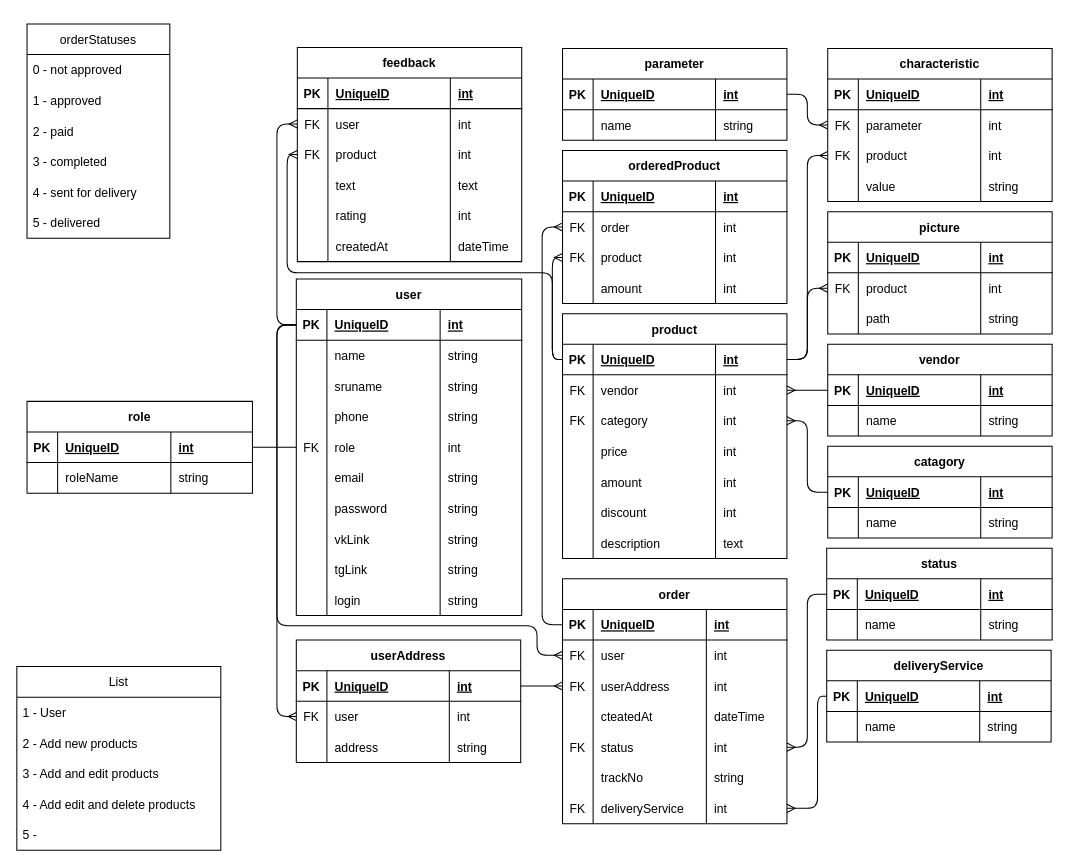
This is VoiakaGM.drawio from TMWAG/voiakaGM-shop, a draw.io file, before an edit. Source tidied: cells renumbered, new cells numbered last; positions are measured from the earlier drawing's top-left corner, leaving out a move shared by most shapes. Both pictures are drawn from the tidied source at 102%, with x=0, y=0 at pixel (16, 23).
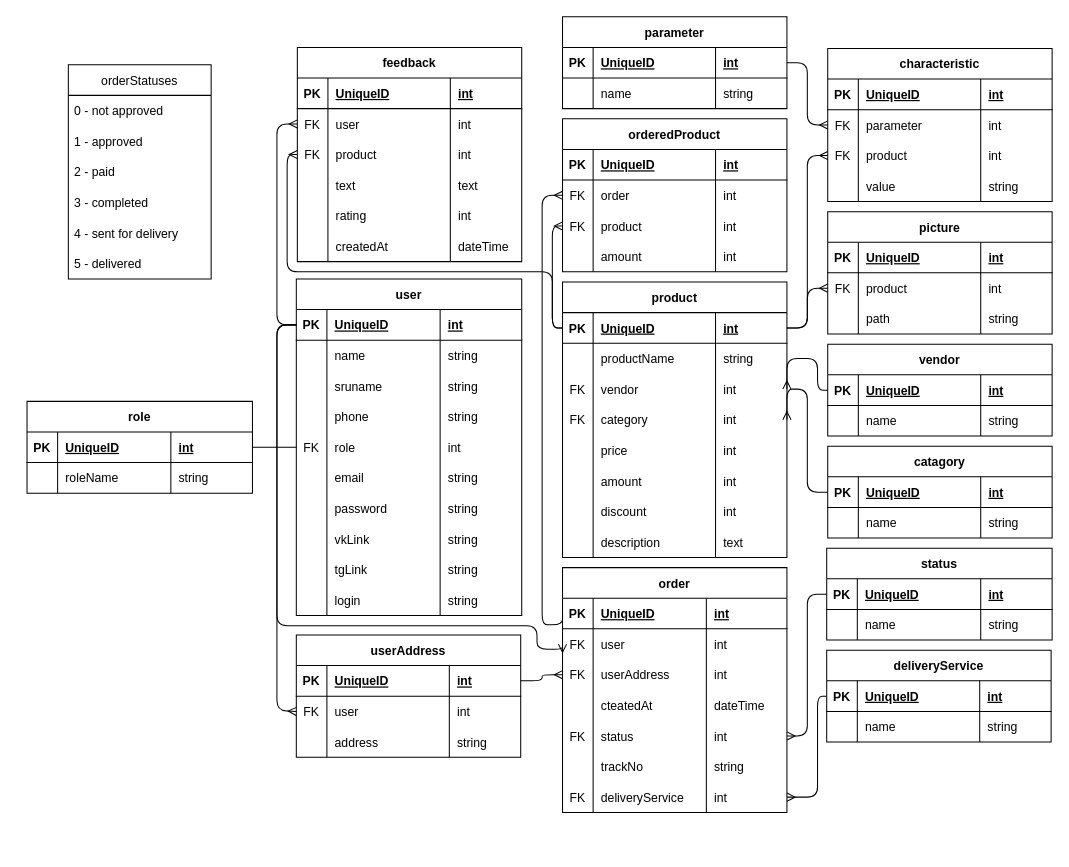
The same page after the edit.

Commit message (it also covers changes not shown here):
new field for product model

Unchanged cells that the change refers to:
```xml
<mxCell id="3" style="shape=tableRow;horizontal=0;startSize=0;swimlaneHead=0;swimlaneBody=0;fillColor=none;points=[[0,0.5],[1,0.5]];portConstraint=eastwest;top=0;left=0;right=0;bottom=1;" parent="2" vertex="1">
  <mxGeometry y="30" width="221" height="30" as="geometry" />
</mxCell>
<mxCell id="53" style="shape=tableRow;horizontal=0;startSize=0;swimlaneHead=0;swimlaneBody=0;fillColor=none;points=[[0,0.5],[1,0.5]];portConstraint=eastwest;top=0;left=0;right=0;bottom=1;" parent="52" vertex="1">
  <mxGeometry y="30" width="220" height="30" as="geometry" />
</mxCell>
<mxCell id="82" style="shape=tableRow;horizontal=0;startSize=0;swimlaneHead=0;swimlaneBody=0;fillColor=none;points=[[0,0.5],[1,0.5]];portConstraint=eastwest;top=0;left=0;right=0;bottom=1;" parent="81" vertex="1">
  <mxGeometry y="30" width="220" height="30" as="geometry" />
</mxCell>
<mxCell id="91" style="shape=tableRow;horizontal=0;startSize=0;swimlaneHead=0;swimlaneBody=0;fillColor=none;points=[[0,0.5],[1,0.5]];portConstraint=eastwest;top=0;left=0;right=0;bottom=1;" parent="90" vertex="1">
  <mxGeometry y="30" width="220" height="30" as="geometry" />
</mxCell>
<mxCell id="107" style="shape=tableRow;horizontal=0;startSize=0;swimlaneHead=0;swimlaneBody=0;fillColor=none;points=[[0,0.5],[1,0.5]];portConstraint=eastwest;top=0;left=0;right=0;bottom=0;" parent="102" vertex="1">
  <mxGeometry y="60" width="220" height="30" as="geometry" />
</mxCell>
<mxCell id="116" style="shape=tableRow;horizontal=0;startSize=0;swimlaneHead=0;swimlaneBody=0;fillColor=none;points=[[0,0.5],[1,0.5]];portConstraint=eastwest;top=0;left=0;right=0;bottom=1;" parent="115" vertex="1">
  <mxGeometry y="30" width="220" height="30" as="geometry" />
</mxCell>
<mxCell id="120" style="shape=tableRow;horizontal=0;startSize=0;swimlaneHead=0;swimlaneBody=0;fillColor=none;points=[[0,0.5],[1,0.5]];portConstraint=eastwest;top=0;left=0;right=0;bottom=0;" parent="115" vertex="1">
  <mxGeometry y="60" width="220" height="30" as="geometry" />
</mxCell>
<mxCell id="124" style="shape=tableRow;horizontal=0;startSize=0;swimlaneHead=0;swimlaneBody=0;fillColor=none;points=[[0,0.5],[1,0.5]];portConstraint=eastwest;top=0;left=0;right=0;bottom=0;" parent="115" vertex="1">
  <mxGeometry y="90" width="220" height="30" as="geometry" />
</mxCell>
<mxCell id="132" style="shape=tableRow;horizontal=0;startSize=0;swimlaneHead=0;swimlaneBody=0;fillColor=none;points=[[0,0.5],[1,0.5]];portConstraint=eastwest;top=0;left=0;right=0;bottom=0;" parent="115" vertex="1">
  <mxGeometry y="150" width="220" height="30" as="geometry" />
</mxCell>
<mxCell id="140" style="shape=tableRow;horizontal=0;startSize=0;swimlaneHead=0;swimlaneBody=0;fillColor=none;points=[[0,0.5],[1,0.5]];portConstraint=eastwest;top=0;left=0;right=0;bottom=0;" parent="115" vertex="1">
  <mxGeometry y="210" width="220" height="30" as="geometry" />
</mxCell>
<mxCell id="146" style="shape=tableRow;horizontal=0;startSize=0;swimlaneHead=0;swimlaneBody=0;fillColor=none;points=[[0,0.5],[1,0.5]];portConstraint=eastwest;top=0;left=0;right=0;bottom=1;" parent="145" vertex="1">
  <mxGeometry y="30" width="221" height="30" as="geometry" />
</mxCell>
<mxCell id="155" style="shape=tableRow;horizontal=0;startSize=0;swimlaneHead=0;swimlaneBody=0;fillColor=none;points=[[0,0.5],[1,0.5]];portConstraint=eastwest;top=0;left=0;right=0;bottom=1;" parent="154" vertex="1">
  <mxGeometry y="30" width="220" height="30" as="geometry" />
</mxCell>
<mxCell id="168" style="shape=tableRow;horizontal=0;startSize=0;swimlaneHead=0;swimlaneBody=0;fillColor=none;points=[[0,0.5],[1,0.5]];portConstraint=eastwest;top=0;left=0;right=0;bottom=0;" parent="163" vertex="1">
  <mxGeometry y="60" width="220" height="30" as="geometry" />
</mxCell>
<mxCell id="172" style="shape=tableRow;horizontal=0;startSize=0;swimlaneHead=0;swimlaneBody=0;fillColor=none;points=[[0,0.5],[1,0.5]];portConstraint=eastwest;top=0;left=0;right=0;bottom=0;" parent="163" vertex="1">
  <mxGeometry y="90" width="220" height="30" as="geometry" />
</mxCell>
<mxCell id="181" style="shape=tableRow;horizontal=0;startSize=0;swimlaneHead=0;swimlaneBody=0;fillColor=none;points=[[0,0.5],[1,0.5]];portConstraint=eastwest;top=0;left=0;right=0;bottom=1;" parent="180" vertex="1">
  <mxGeometry y="30" width="220" height="30" as="geometry" />
</mxCell>
<mxCell id="201" style="shape=tableRow;horizontal=0;startSize=0;swimlaneHead=0;swimlaneBody=0;fillColor=none;points=[[0,0.5],[1,0.5]];portConstraint=eastwest;top=0;left=0;right=0;bottom=0;" parent="192" vertex="1">
  <mxGeometry y="90" width="220" height="30" as="geometry" />
</mxCell>
<mxCell id="221" style="shape=tableRow;horizontal=0;startSize=0;swimlaneHead=0;swimlaneBody=0;fillColor=none;points=[[0,0.5],[1,0.5]];portConstraint=eastwest;top=0;left=0;right=0;bottom=1;" parent="220" vertex="1">
  <mxGeometry y="30" width="220" height="30" as="geometry" />
</mxCell>
<mxCell id="225" style="shape=tableRow;horizontal=0;startSize=0;swimlaneHead=0;swimlaneBody=0;fillColor=none;points=[[0,0.5],[1,0.5]];portConstraint=eastwest;top=0;left=0;right=0;bottom=0;" parent="220" vertex="1">
  <mxGeometry y="60" width="220" height="30" as="geometry" />
</mxCell>
<mxCell id="241" style="shape=tableRow;horizontal=0;startSize=0;swimlaneHead=0;swimlaneBody=0;fillColor=none;points=[[0,0.5],[1,0.5]];portConstraint=eastwest;top=0;left=0;right=0;bottom=0;" parent="236" vertex="1">
  <mxGeometry y="60" width="220" height="30" as="geometry" />
</mxCell>
<mxCell id="245" style="shape=tableRow;horizontal=0;startSize=0;swimlaneHead=0;swimlaneBody=0;fillColor=none;points=[[0,0.5],[1,0.5]];portConstraint=eastwest;top=0;left=0;right=0;bottom=0;" parent="236" vertex="1">
  <mxGeometry y="90" width="220" height="30" as="geometry" />
</mxCell>
```

Diff of the diagram source:
```diff
@@
     <mxCell id="52" value="product" style="shape=table;startSize=30;childLayout=tableLayout;rowLines=0;fontStyle=1;align=center;" parent="1" vertex="1">
-      <mxGeometry x="535" y="284" width="220" height="240" as="geometry" />
+      <mxGeometry x="535" y="253" width="220" height="270" as="geometry" />
     </mxCell>
@@
+    <mxCell id="268" style="shape=tableRow;horizontal=0;startSize=0;swimlaneHead=0;swimlaneBody=0;fillColor=none;top=0;left=0;right=0;bottom=0;" parent="52" vertex="1">
+      <mxGeometry y="60" width="220" height="30" as="geometry" />
+    </mxCell>
+    <mxCell id="269" style="shape=partialRectangle;fillColor=none;top=0;left=0;bottom=0;right=0;overflow=hidden;" parent="268" vertex="1">
+      <mxGeometry width="30" height="30" as="geometry" />
+    </mxCell>
+    <mxCell id="270" value="productName" style="shape=partialRectangle;fillColor=none;top=0;left=0;bottom=0;right=0;align=left;spacingLeft=6;overflow=hidden;" parent="268" vertex="1">
+      <mxGeometry x="30" width="120" height="30" as="geometry" />
+    </mxCell>
+    <mxCell id="271" value="string" style="shape=partialRectangle;fillColor=none;top=0;left=0;bottom=0;right=0;align=left;spacingLeft=6;overflow=hidden;" parent="268" vertex="1">
+      <mxGeometry x="150" width="70" height="30" as="geometry" />
+    </mxCell>
     <mxCell id="57" style="shape=tableRow;horizontal=0;startSize=0;swimlaneHead=0;swimlaneBody=0;fillColor=none;points=[[0,0.5],[1,0.5]];portConstraint=eastwest;top=0;left=0;right=0;bottom=0;" parent="52" vertex="1">
-      <mxGeometry y="60" width="220" height="30" as="geometry" />
+      <mxGeometry y="90" width="220" height="30" as="geometry" />
     </mxCell>
@@
     <mxCell id="61" style="shape=tableRow;horizontal=0;startSize=0;swimlaneHead=0;swimlaneBody=0;fillColor=none;points=[[0,0.5],[1,0.5]];portConstraint=eastwest;top=0;left=0;right=0;bottom=0;" parent="52" vertex="1">
-      <mxGeometry y="90" width="220" height="30" as="geometry" />
+      <mxGeometry y="120" width="220" height="30" as="geometry" />
     </mxCell>
@@
     <mxCell id="65" style="shape=tableRow;horizontal=0;startSize=0;swimlaneHead=0;swimlaneBody=0;fillColor=none;top=0;left=0;right=0;bottom=0;" parent="52" vertex="1">
-      <mxGeometry y="120" width="220" height="30" as="geometry" />
+      <mxGeometry y="150" width="220" height="30" as="geometry" />
     </mxCell>
@@
     <mxCell id="69" style="shape=tableRow;horizontal=0;startSize=0;swimlaneHead=0;swimlaneBody=0;fillColor=none;top=0;left=0;right=0;bottom=0;" parent="52" vertex="1">
-      <mxGeometry y="150" width="220" height="30" as="geometry" />
+      <mxGeometry y="180" width="220" height="30" as="geometry" />
     </mxCell>
@@
     <mxCell id="73" style="shape=tableRow;horizontal=0;startSize=0;swimlaneHead=0;swimlaneBody=0;fillColor=none;top=0;left=0;right=0;bottom=0;" parent="52" vertex="1">
-      <mxGeometry y="180" width="220" height="30" as="geometry" />
+      <mxGeometry y="210" width="220" height="30" as="geometry" />
     </mxCell>
@@
     <mxCell id="77" style="shape=tableRow;horizontal=0;startSize=0;swimlaneHead=0;swimlaneBody=0;fillColor=none;top=0;left=0;right=0;bottom=0;" parent="52" vertex="1">
-      <mxGeometry y="210" width="220" height="30" as="geometry" />
+      <mxGeometry y="240" width="220" height="30" as="geometry" />
     </mxCell>
@@
     <mxCell id="99" style="edgeStyle=orthogonalEdgeStyle;rounded=1;jettySize=auto;html=1;exitX=0;exitY=0.5;exitDx=0;exitDy=0;entryX=1;entryY=0.5;entryDx=0;entryDy=0;strokeWidth=1;endArrow=ERmany;endFill=0;" parent="1" edge="1" source="82" target="57">
       <mxGeometry relative="1" as="geometry">
         <Array as="points">
-          <mxPoint x="765" y="359" />
-          <mxPoint x="765" y="359" />
+          <mxPoint x="785" y="359" />
+          <mxPoint x="785" y="328" />
         </Array>
       </mxGeometry>
     </mxCell>
     <mxCell id="100" style="edgeStyle=orthogonalEdgeStyle;rounded=1;jettySize=auto;html=1;exitX=0;exitY=0.5;exitDx=0;exitDy=0;entryX=1;entryY=0.5;entryDx=0;entryDy=0;endArrow=ERmany;endFill=0;" parent="1" edge="1" source="91" target="61">
       <mxGeometry relative="1" as="geometry">
         <Array as="points">
           <mxPoint x="775" y="459" />
-          <mxPoint x="775" y="389" />
+          <mxPoint x="775" y="358" />
         </Array>
       </mxGeometry>
     </mxCell>
@@
     <mxCell id="115" value="order" style="shape=table;startSize=30;childLayout=tableLayout;rowLines=0;fontStyle=1;align=center;" parent="1" vertex="1">
-      <mxGeometry x="535" y="544" width="220" height="240" as="geometry" />
+      <mxGeometry x="535" y="533" width="220" height="240" as="geometry" />
     </mxCell>
@@
     <mxCell id="144" style="edgeStyle=orthogonalEdgeStyle;rounded=1;jettySize=auto;html=1;exitX=0;exitY=0.5;exitDx=0;exitDy=0;strokeWidth=1;startArrow=none;startFill=0;endArrow=ERmany;endFill=0;entryX=0;entryY=0.5;entryDx=0;entryDy=0;" parent="1" edge="1" source="3" target="120">
       <mxGeometry relative="1" as="geometry">
         <Array as="points">
           <mxPoint x="255" y="295" />
           <mxPoint x="255" y="590" />
           <mxPoint x="510" y="590" />
-          <mxPoint x="510" y="619" />
+          <mxPoint x="510" y="613" />
+          <mxPoint x="535" y="613" />
         </Array>
       </mxGeometry>
     </mxCell>
@@
     <mxCell id="180" value="parameter" style="shape=table;startSize=30;childLayout=tableLayout;rowLines=0;fontStyle=1;align=center;" parent="1" vertex="1">
-      <mxGeometry x="535" y="24" width="220" height="90" as="geometry" />
+      <mxGeometry x="535" y="-7" width="220" height="90" as="geometry" />
     </mxCell>
@@
     <mxCell id="189" style="edgeStyle=orthogonalEdgeStyle;rounded=1;jettySize=auto;html=1;exitX=1;exitY=0.5;exitDx=0;exitDy=0;entryX=0;entryY=0.5;entryDx=0;entryDy=0;endArrow=ERmany;endFill=0;" parent="1" edge="1" source="53" target="107">
       <mxGeometry relative="1" as="geometry">
         <Array as="points">
-          <mxPoint x="775" y="329" />
+          <mxPoint x="775" y="298" />
           <mxPoint x="775" y="259" />
         </Array>
       </mxGeometry>
     </mxCell>
     <mxCell id="190" style="edgeStyle=orthogonalEdgeStyle;rounded=1;jettySize=auto;html=1;exitX=1;exitY=0.5;exitDx=0;exitDy=0;entryX=0;entryY=0.5;entryDx=0;entryDy=0;endArrow=ERmany;endFill=0;" parent="1" edge="1" source="53" target="172">
       <mxGeometry relative="1" as="geometry">
         <Array as="points">
-          <mxPoint x="775" y="329" />
+          <mxPoint x="775" y="298" />
           <mxPoint x="775" y="129" />
         </Array>
       </mxGeometry>
     </mxCell>
     <mxCell id="191" style="edgeStyle=orthogonalEdgeStyle;rounded=1;jettySize=auto;html=1;exitX=1;exitY=0.5;exitDx=0;exitDy=0;entryX=0;entryY=0.5;entryDx=0;entryDy=0;endArrow=ERmany;endFill=0;" parent="1" edge="1" source="181" target="168">
       <mxGeometry relative="1" as="geometry">
         <Array as="points">
-          <mxPoint x="775" y="69" />
+          <mxPoint x="775" y="38" />
           <mxPoint x="775" y="99" />
         </Array>
       </mxGeometry>
     </mxCell>
@@
     <mxCell id="218" style="edgeStyle=orthogonalEdgeStyle;rounded=1;jettySize=auto;html=1;exitX=0;exitY=0.5;exitDx=0;exitDy=0;endArrow=ERmany;endFill=0;entryX=0;entryY=0.5;entryDx=0;entryDy=0;" parent="1" edge="1" source="53" target="201">
       <mxGeometry relative="1" as="geometry">
         <Array as="points">
-          <mxPoint x="525" y="329" />
-          <mxPoint x="525" y="244" />
-          <mxPoint x="265" y="244" />
+          <mxPoint x="525" y="298" />
+          <mxPoint x="525" y="243" />
+          <mxPoint x="265" y="243" />
           <mxPoint x="265" y="128" />
         </Array>
       </mxGeometry>
     </mxCell>
     <mxCell id="219" style="edgeStyle=orthogonalEdgeStyle;rounded=1;jettySize=auto;html=1;exitX=0;exitY=0.5;exitDx=0;exitDy=0;entryX=1;entryY=0.5;entryDx=0;entryDy=0;endArrow=ERmany;endFill=0;" parent="1" edge="1" source="146" target="132">
       <mxGeometry relative="1" as="geometry">
         <Array as="points">
           <mxPoint x="775" y="559" />
-          <mxPoint x="775" y="709" />
+          <mxPoint x="775" y="698" />
         </Array>
       </mxGeometry>
     </mxCell>
     <mxCell id="220" value="userAddress" style="shape=table;startSize=30;childLayout=tableLayout;rowLines=0;fontStyle=1;align=center;" parent="1" vertex="1">
-      <mxGeometry x="274" y="604" width="220" height="120" as="geometry" />
+      <mxGeometry x="274" y="599" width="220" height="120" as="geometry" />
     </mxCell>
@@
     <mxCell id="233" style="edgeStyle=orthogonalEdgeStyle;rounded=1;jettySize=auto;html=1;exitX=1;exitY=0.5;exitDx=0;exitDy=0;endArrow=ERmany;endFill=0;entryX=0;entryY=0.5;entryDx=0;entryDy=0;" parent="1" edge="1" source="221" target="124">
       <mxGeometry relative="1" as="geometry">
         <Array as="points">
-          <mxPoint x="494" y="649" />
+          <mxPoint x="515" y="644" />
+          <mxPoint x="515" y="638" />
         </Array>
       </mxGeometry>
     </mxCell>
     <mxCell id="234" style="edgeStyle=orthogonalEdgeStyle;rounded=1;jettySize=auto;html=1;exitX=0;exitY=0.5;exitDx=0;exitDy=0;entryX=0;entryY=0.5;entryDx=0;entryDy=0;endArrow=ERmany;endFill=0;" parent="1" edge="1" source="3" target="225">
       <mxGeometry relative="1" as="geometry">
         <Array as="points">
           <mxPoint x="255" y="295" />
-          <mxPoint x="255" y="679" />
+          <mxPoint x="255" y="673" />
         </Array>
       </mxGeometry>
     </mxCell>
     <mxCell id="235" style="edgeStyle=orthogonalEdgeStyle;rounded=1;jettySize=auto;html=1;exitX=1;exitY=0.5;exitDx=0;exitDy=0;entryX=0;entryY=0.5;entryDx=0;entryDy=0;endArrow=none;endFill=0;startArrow=ERmany;startFill=0;" parent="1" edge="1" source="140" target="155">
       <mxGeometry relative="1" as="geometry">
         <Array as="points">
-          <mxPoint x="785" y="769" />
+          <mxPoint x="785" y="758" />
           <mxPoint x="785" y="659" />
         </Array>
       </mxGeometry>
     </mxCell>
     <mxCell id="236" value="orderedProduct" style="shape=table;startSize=30;childLayout=tableLayout;rowLines=0;fontStyle=1;align=center;" parent="1" vertex="1">
-      <mxGeometry x="535" y="124" width="220" height="150" as="geometry" />
+      <mxGeometry x="535" y="93" width="220" height="150" as="geometry" />
     </mxCell>
@@
     <mxCell id="253" style="edgeStyle=orthogonalEdgeStyle;rounded=1;jettySize=auto;html=1;exitX=0;exitY=0.5;exitDx=0;exitDy=0;entryX=0;entryY=0.5;entryDx=0;entryDy=0;endArrow=ERmany;endFill=0;" parent="1" edge="1" source="116" target="241">
       <mxGeometry relative="1" as="geometry">
         <Array as="points">
           <mxPoint x="515" y="589" />
-          <mxPoint x="515" y="199" />
+          <mxPoint x="515" y="168" />
         </Array>
       </mxGeometry>
     </mxCell>
     <mxCell id="254" style="edgeStyle=orthogonalEdgeStyle;rounded=1;jettySize=auto;html=1;exitX=0;exitY=0.5;exitDx=0;exitDy=0;entryX=0;entryY=0.5;entryDx=0;entryDy=0;endArrow=ERmany;endFill=0;" parent="1" edge="1" source="53" target="245">
       <mxGeometry relative="1" as="geometry">
         <Array as="points">
-          <mxPoint x="525" y="329" />
-          <mxPoint x="525" y="229" />
+          <mxPoint x="525" y="298" />
+          <mxPoint x="525" y="198" />
         </Array>
       </mxGeometry>
     </mxCell>
     <mxCell id="255" value="orderStatuses" style="swimlane;fontStyle=0;horizontal=1;startSize=30;" parent="1" vertex="1">
-      <mxGeometry x="10" width="140" height="210" as="geometry" />
+      <mxGeometry x="50.5" y="40" width="140" height="210" as="geometry" />
     </mxCell>
@@
-    <mxCell id="262" value="List" style="swimlane;fontStyle=0;horizontal=1;startSize=30;" parent="1" vertex="1">
-      <mxGeometry y="630" width="200" height="180" as="geometry" />
-    </mxCell>
-    <mxCell id="263" value="1 - User" style="text;strokeColor=none;fillColor=none;align=left;verticalAlign=middle;spacingLeft=4;spacingRight=4;overflow=hidden;" parent="262" vertex="1">
-      <mxGeometry y="30" width="200" height="30" as="geometry" />
-    </mxCell>
-    <mxCell id="264" value="2 - Add new products" style="text;strokeColor=none;fillColor=none;align=left;verticalAlign=middle;spacingLeft=4;spacingRight=4;overflow=hidden;" parent="262" vertex="1">
-      <mxGeometry y="60" width="200" height="30" as="geometry" />
-    </mxCell>
-    <mxCell id="265" value="3 - Add and edit products" style="text;strokeColor=none;fillColor=none;align=left;verticalAlign=middle;spacingLeft=4;spacingRight=4;overflow=hidden;" parent="262" vertex="1">
-      <mxGeometry y="90" width="200" height="30" as="geometry" />
-    </mxCell>
-    <mxCell id="266" value="4 - Add edit and delete products" style="text;strokeColor=none;fillColor=none;align=left;verticalAlign=middle;spacingLeft=4;spacingRight=4;overflow=hidden;" parent="262" vertex="1">
-      <mxGeometry y="120" width="200" height="30" as="geometry" />
-    </mxCell>
-    <mxCell id="267" value="5 - " style="text;strokeColor=none;fillColor=none;align=left;verticalAlign=middle;spacingLeft=4;spacingRight=4;overflow=hidden;" parent="262" vertex="1">
-      <mxGeometry y="150" width="200" height="30" as="geometry" />
-    </mxCell>
```
